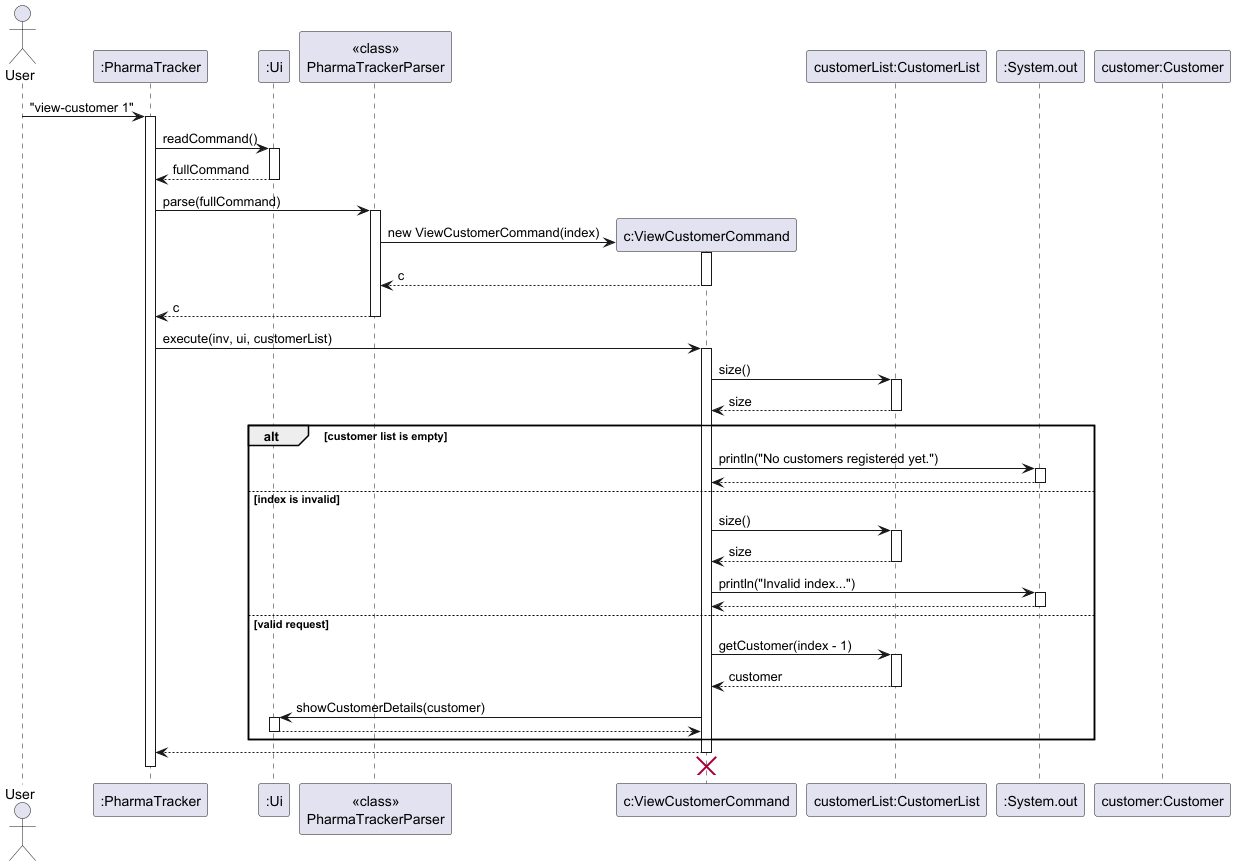
Earlier version of the PlantUML export docs/images/ViewCustomerCommandSequence.png (Yaqi66/tp). Its diagram source:
```plantuml
@startuml
skinparam ArrowFontStyle plain

actor User
participant ":PharmaTracker" as PharmaTracker
participant ":Ui" as Ui
participant "<<class>>\nPharmaTrackerParser" as Parser
participant "c:ViewCustomerCommand" as ViewCustomerCommand
participant "customerList:CustomerList" as CustomerList
participant ":System.out" as Console
participant "customer:Customer" as Customer

User -> PharmaTracker : "view-customer 1"
activate PharmaTracker

PharmaTracker -> Ui : readCommand()
activate Ui
Ui --> PharmaTracker : fullCommand
deactivate Ui

PharmaTracker -> Parser : parse(fullCommand)
activate Parser

create ViewCustomerCommand
Parser -> ViewCustomerCommand : new ViewCustomerCommand(index)
activate ViewCustomerCommand
ViewCustomerCommand --> Parser : c
deactivate ViewCustomerCommand

Parser --> PharmaTracker : c
deactivate Parser

PharmaTracker -> ViewCustomerCommand : execute(inv, ui, customerList)
activate ViewCustomerCommand

ViewCustomerCommand -> CustomerList : size()
activate CustomerList
CustomerList --> ViewCustomerCommand : size
deactivate CustomerList

alt customer list is empty
    ViewCustomerCommand -> Console : println("No customers registered yet.")
    activate Console
    Console --> ViewCustomerCommand
    deactivate Console
else index is invalid
    ViewCustomerCommand -> CustomerList : size()
    activate CustomerList
    CustomerList --> ViewCustomerCommand : size
    deactivate CustomerList

    ViewCustomerCommand -> Console : println("Invalid index...")
    activate Console
    Console --> ViewCustomerCommand
    deactivate Console
else valid request
    ViewCustomerCommand -> CustomerList : getCustomer(index - 1)
    activate CustomerList
    CustomerList --> ViewCustomerCommand : customer
    deactivate CustomerList

    ViewCustomerCommand -> Ui : showCustomerDetails(customer)
    activate Ui
    Ui --> ViewCustomerCommand
    deactivate Ui
end

ViewCustomerCommand --> PharmaTracker
deactivate ViewCustomerCommand
ViewCustomerCommand -[hidden]-> Parser
destroy ViewCustomerCommand

deactivate PharmaTracker
@enduml
```
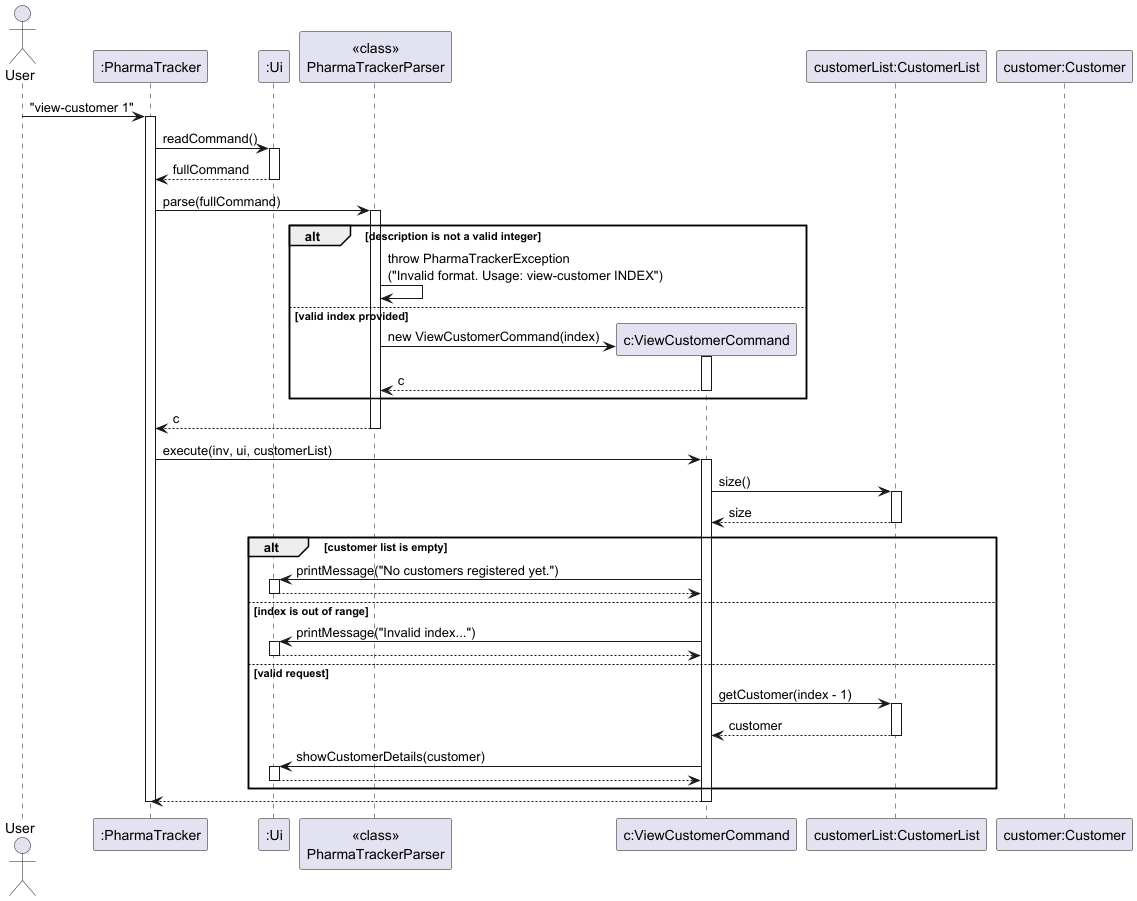
Above is the later version.

What changed in the source:
```diff
@@ -7,7 +7,6 @@
 participant "<<class>>\nPharmaTrackerParser" as Parser
 participant "c:ViewCustomerCommand" as ViewCustomerCommand
 participant "customerList:CustomerList" as CustomerList
-participant ":System.out" as Console
 participant "customer:Customer" as Customer
 
 User -> PharmaTracker : "view-customer 1"
@@ -21,11 +20,15 @@
 PharmaTracker -> Parser : parse(fullCommand)
 activate Parser
 
-create ViewCustomerCommand
-Parser -> ViewCustomerCommand : new ViewCustomerCommand(index)
-activate ViewCustomerCommand
-ViewCustomerCommand --> Parser : c
-deactivate ViewCustomerCommand
+alt description is not a valid integer
+    Parser -> Parser : throw PharmaTrackerException\n("Invalid format. Usage: view-customer INDEX")
+else valid index provided
+    create ViewCustomerCommand
+    Parser -> ViewCustomerCommand : new ViewCustomerCommand(index)
+    activate ViewCustomerCommand
+    ViewCustomerCommand --> Parser : c
+    deactivate ViewCustomerCommand
+end
 
 Parser --> PharmaTracker : c
 deactivate Parser
@@ -39,20 +42,15 @@
 deactivate CustomerList
 
 alt customer list is empty
-    ViewCustomerCommand -> Console : println("No customers registered yet.")
-    activate Console
-    Console --> ViewCustomerCommand
-    deactivate Console
-else index is invalid
-    ViewCustomerCommand -> CustomerList : size()
-    activate CustomerList
-    CustomerList --> ViewCustomerCommand : size
-    deactivate CustomerList
-
-    ViewCustomerCommand -> Console : println("Invalid index...")
-    activate Console
-    Console --> ViewCustomerCommand
-    deactivate Console
+    ViewCustomerCommand -> Ui : printMessage("No customers registered yet.")
+    activate Ui
+    Ui --> ViewCustomerCommand
+    deactivate Ui
+else index is out of range
+    ViewCustomerCommand -> Ui : printMessage("Invalid index...")
+    activate Ui
+    Ui --> ViewCustomerCommand
+    deactivate Ui
 else valid request
     ViewCustomerCommand -> CustomerList : getCustomer(index - 1)
     activate CustomerList
@@ -67,8 +65,6 @@
 
 ViewCustomerCommand --> PharmaTracker
 deactivate ViewCustomerCommand
-ViewCustomerCommand -[hidden]-> Parser
-destroy ViewCustomerCommand
 
 deactivate PharmaTracker
 @enduml
```
